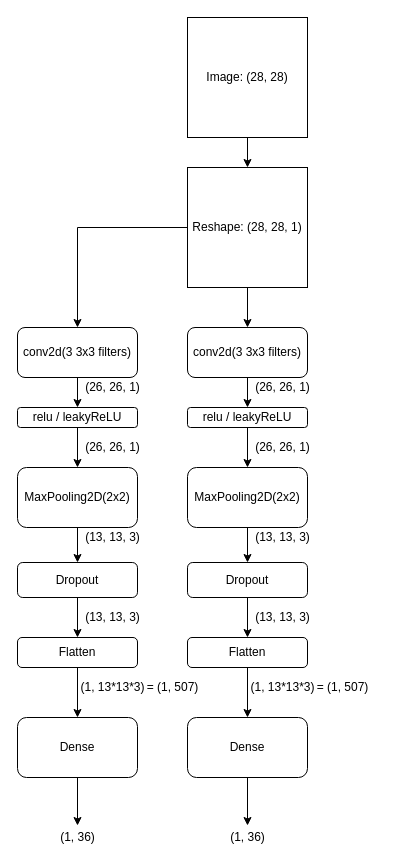
Above: page "Page-1" (1 of 3) of LPeDNN-network-details.drawio in mHead/LPeDNN (draw.io), before the change. Source tidied: cells renumbered, new cells numbered last; positions are measured from the earlier drawing's top-left corner, leaving out a move shared by most shapes. Both pictures are drawn from the tidied source at 100%, with x=0, y=0 at pixel (17, 17).
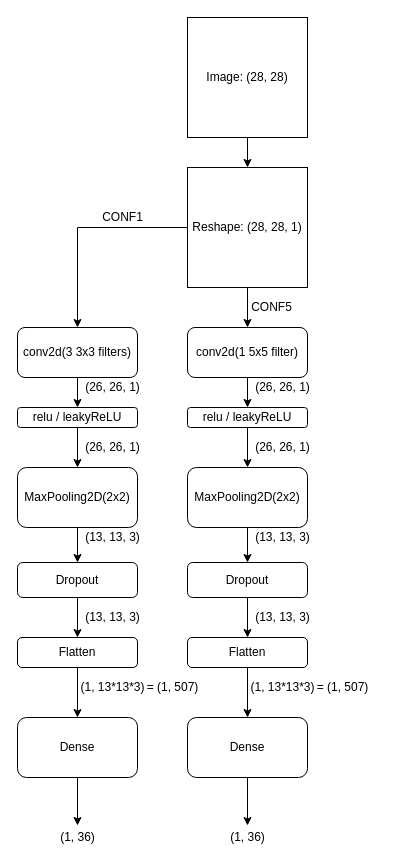
The same page after the edit.

What changed in the source:
```diff
@@
-    <mxCell id="27" value="conv2d(3 3x3 filters)" style="rounded=1;whiteSpace=wrap;html=1;" parent="1" vertex="1">
+    <mxCell id="27" value="conv2d(1 5x5 filter)" style="rounded=1;whiteSpace=wrap;html=1;" parent="1" vertex="1">
       <mxGeometry x="170" y="310" width="120" height="50" as="geometry" />
     </mxCell>
@@
+    <mxCell id="45" value="&lt;font color=&quot;#000000&quot;&gt;CONF1&lt;/font&gt;" style="text;html=1;align=center;verticalAlign=middle;strokeColor=none;fontColor=#E4FDE1;" parent="1" vertex="1">
+      <mxGeometry x="75" y="190" width="60" height="20" as="geometry" />
+    </mxCell>
+    <mxCell id="46" value="&lt;font color=&quot;#000000&quot;&gt;CONF5&lt;/font&gt;" style="text;html=1;align=center;verticalAlign=middle;strokeColor=none;fontColor=#E4FDE1;" parent="1" vertex="1">
+      <mxGeometry x="224" y="280" width="60" height="20" as="geometry" />
+    </mxCell>
```
